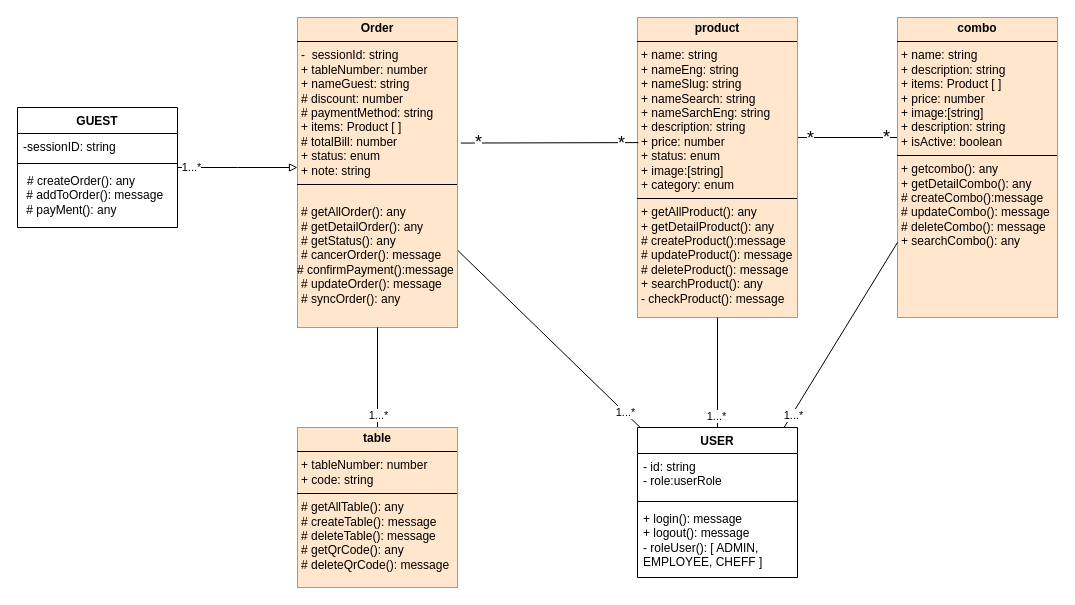
Before: page "biểu đồ lớp" (3 of 3) of đề tài order bằng QR code của khách sạn balcona.drawio in phanvanhieu1/QRcode, a draw.io diagram. Source tidied: cells renumbered, new cells numbered last; positions are measured from the earlier drawing's top-left corner, leaving out a move shared by most shapes. Both pictures are drawn from the tidied source at 100%, with x=0, y=0 at pixel (17, 17).
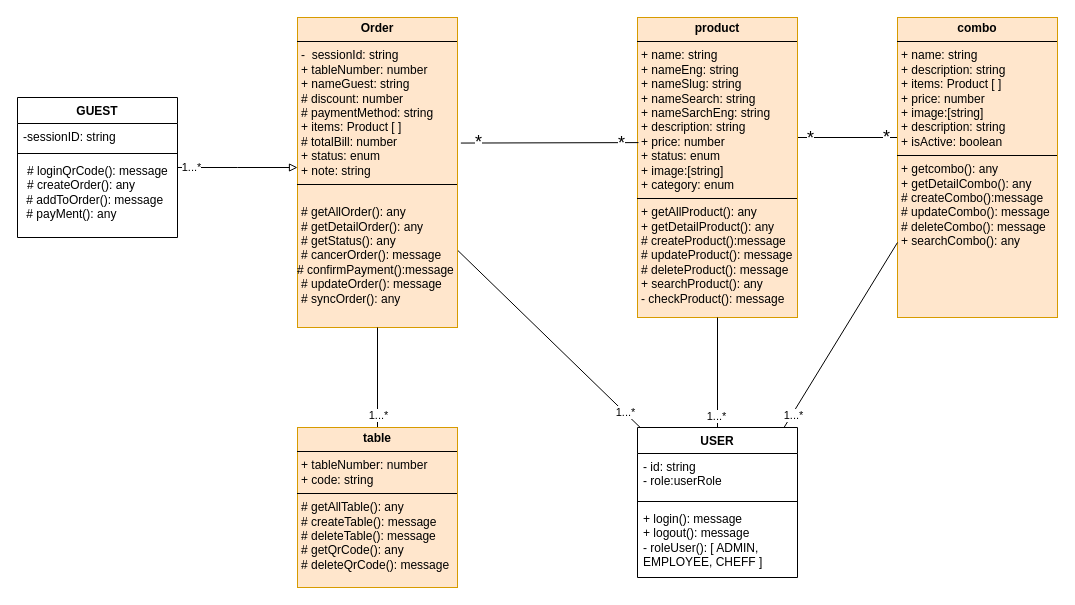
The same diagram, later.

Commit message:
Cập nhật đề tài order bằng QR code của khách sạn balcona.drawio

Diff of the diagram source:
```diff
@@
     <mxCell id="16" value="GUEST" style="swimlane;fontStyle=1;align=center;verticalAlign=top;horizontal=1;startSize=26;whiteSpace=wrap;html=1;" parent="1" vertex="1">
-      <mxGeometry y="90" width="160" height="120" as="geometry" />
+      <mxGeometry y="80" width="160" height="140" as="geometry" />
     </mxCell>
@@
-    <mxCell id="19" value="&lt;p style=&quot;margin: 0px 0px 0px 4px;&quot;&gt;# createOrder(): any&lt;/p&gt;&lt;div&gt;&lt;span style=&quot;background-color: initial;&quot;&gt;&amp;nbsp;# addToOrder(): message&lt;/span&gt;&lt;div&gt;&amp;nbsp;# payMent(): any&lt;/div&gt;&lt;/div&gt;&lt;p style=&quot;margin: 0px 0px 0px 4px;&quot;&gt;&lt;br&gt;&lt;/p&gt;" style="text;strokeColor=none;fillColor=none;align=left;verticalAlign=top;spacingLeft=4;spacingRight=4;overflow=hidden;whiteSpace=wrap;html=1;" parent="16" vertex="1">
-      <mxGeometry y="60" width="160" height="60" as="geometry" />
+    <mxCell id="19" value="&lt;p style=&quot;margin: 0px 0px 0px 4px;&quot;&gt;# loginQrCode(): message&lt;/p&gt;&lt;p style=&quot;margin: 0px 0px 0px 4px;&quot;&gt;# createOrder(): any&lt;/p&gt;&lt;div&gt;&lt;span style=&quot;background-color: initial;&quot;&gt;&amp;nbsp;# addToOrder(): message&lt;/span&gt;&lt;div&gt;&amp;nbsp;# payMent(): any&lt;/div&gt;&lt;/div&gt;&lt;p style=&quot;margin: 0px 0px 0px 4px;&quot;&gt;&lt;br&gt;&lt;/p&gt;" style="text;strokeColor=none;fillColor=none;align=left;verticalAlign=top;spacingLeft=4;spacingRight=4;overflow=hidden;whiteSpace=wrap;html=1;" parent="16" vertex="1">
+      <mxGeometry y="60" width="160" height="80" as="geometry" />
     </mxCell>
```
